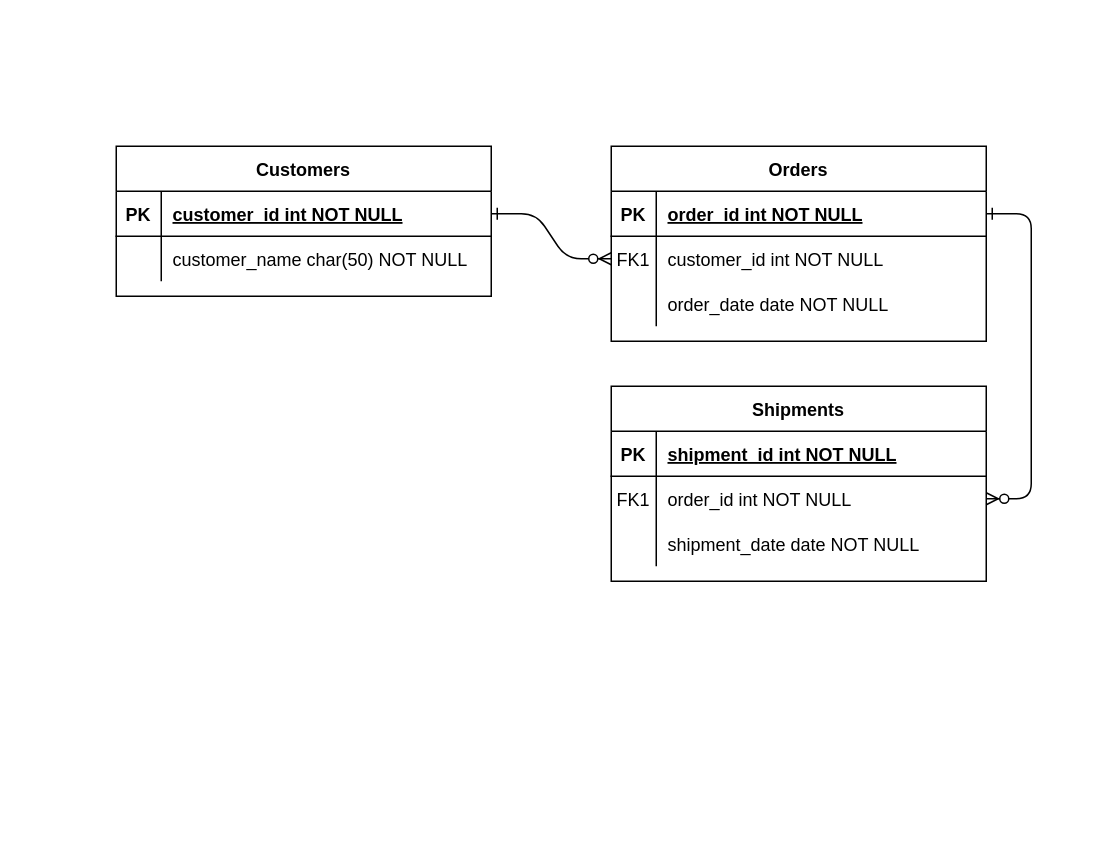
Above: Programacion/Untitled Diagram.drawio in Pattov/clases (draw.io), before the change. Source tidied: cells renumbered, new cells numbered last; positions are measured from the earlier drawing's top-left corner, leaving out a move shared by most shapes. Both pictures are drawn from the tidied source at 150%, with x=0, y=0 at pixel (116, 146).
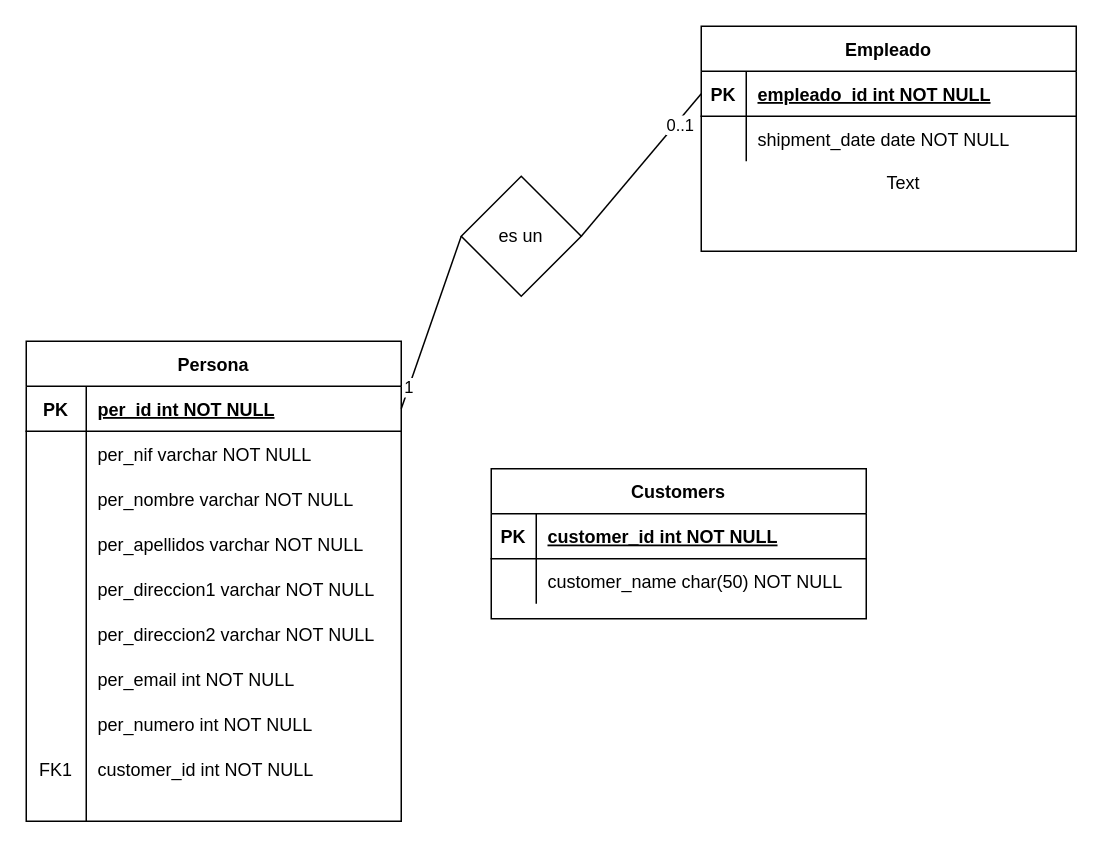
Above is the later version.

Unchanged cells that the change refers to:
```xml
<mxCell id="5" style="shape=partialRectangle;fillColor=none;points=[[0,0.5],[1,0.5]];portConstraint=eastwest;top=0;left=0;right=0;bottom=1;" parent="4" vertex="1">
  <mxGeometry y="30" width="250" height="30" as="geometry" />
</mxCell>
<mxCell id="15" style="shape=partialRectangle;fillColor=none;points=[[0,0.5],[1,0.5]];portConstraint=eastwest;top=0;left=0;right=0;bottom=1;" parent="14" vertex="1">
  <mxGeometry y="30" width="250" height="30" as="geometry" />
</mxCell>
<mxCell id="25" style="shape=partialRectangle;fillColor=none;points=[[0,0.5],[1,0.5]];portConstraint=eastwest;top=0;left=0;right=0;bottom=1;" parent="24" vertex="1">
  <mxGeometry y="30" width="250" height="30" as="geometry" />
</mxCell>
```

The edit, as a diff of the source:
```diff
@@
-    <mxCell id="2" style="edgeStyle=entityRelationEdgeStyle;endArrow=ERzeroToMany;startArrow=ERone;endFill=1;startFill=0;" parent="1" edge="1" source="25" target="8">
-      <mxGeometry relative="1" as="geometry" />
-    </mxCell>
-    <mxCell id="3" style="edgeStyle=entityRelationEdgeStyle;endArrow=ERzeroToMany;startArrow=ERone;endFill=1;startFill=0;" parent="1" edge="1" source="5" target="18">
-      <mxGeometry relative="1" as="geometry" />
-    </mxCell>
-    <mxCell id="4" value="Orders" style="shape=table;startSize=30;childLayout=tableLayout;rowLines=0;fontStyle=1;align=center;" parent="1" vertex="1">
-      <mxGeometry x="330" width="250" height="130" as="geometry" />
+    <mxCell id="4" value="Persona" style="shape=table;startSize=30;childLayout=tableLayout;rowLines=0;fontStyle=1;align=center;" parent="1" vertex="1">
+      <mxGeometry x="-60" y="130" width="250" height="320" as="geometry" />
     </mxCell>
@@
     <mxCell id="6" value="PK" style="shape=partialRectangle;overflow=hidden;fillColor=none;top=0;left=0;bottom=0;right=0;fontStyle=1;" parent="5" vertex="1">
-      <mxGeometry width="30" height="30" as="geometry" />
+      <mxGeometry width="40" height="30" as="geometry" />
     </mxCell>
-    <mxCell id="7" value="order_id int NOT NULL " style="shape=partialRectangle;overflow=hidden;fillColor=none;top=0;left=0;bottom=0;right=0;align=left;spacingLeft=6;fontStyle=5;" parent="5" vertex="1">
-      <mxGeometry x="30" width="220" height="30" as="geometry" />
+    <mxCell id="7" value="per_id int NOT NULL " style="shape=partialRectangle;overflow=hidden;fillColor=none;top=0;left=0;bottom=0;right=0;align=left;spacingLeft=6;fontStyle=5;" parent="5" vertex="1">
+      <mxGeometry x="40" width="210" height="30" as="geometry" />
     </mxCell>
+    <mxCell id="11" style="shape=partialRectangle;fillColor=none;top=0;left=0;right=0;bottom=0;" parent="4" vertex="1">
+      <mxGeometry y="60" width="250" height="190" as="geometry" />
+    </mxCell>
+    <mxCell id="12" style="shape=partialRectangle;overflow=hidden;fillColor=none;top=0;left=0;bottom=0;right=0;" parent="11" vertex="1">
+      <mxGeometry width="40" height="190" as="geometry" />
+    </mxCell>
+    <mxCell id="13" style="shape=partialRectangle;overflow=hidden;fillColor=none;top=0;left=0;bottom=0;right=0;align=left;spacingLeft=6;" parent="11" vertex="1">
+      <mxGeometry x="40" width="210" height="190" as="geometry" />
+    </mxCell>
     <mxCell id="8" style="shape=partialRectangle;fillColor=none;points=[[0,0.5],[1,0.5]];portConstraint=eastwest;top=0;left=0;right=0;bottom=0;" parent="4" vertex="1">
-      <mxGeometry y="60" width="250" height="30" as="geometry" />
+      <mxGeometry y="250" width="250" height="70" as="geometry" />
     </mxCell>
     <mxCell id="9" value="FK1" style="shape=partialRectangle;overflow=hidden;fillColor=none;top=0;left=0;bottom=0;right=0;" parent="8" vertex="1">
-      <mxGeometry width="30" height="30" as="geometry" />
+      <mxGeometry width="40" height="70" as="geometry" />
     </mxCell>
     <mxCell id="10" value="customer_id int NOT NULL" style="shape=partialRectangle;overflow=hidden;fillColor=none;top=0;left=0;bottom=0;right=0;align=left;spacingLeft=6;" parent="8" vertex="1">
-      <mxGeometry x="30" width="220" height="30" as="geometry" />
+      <mxGeometry x="40" width="210" height="70" as="geometry" />
     </mxCell>
-    <mxCell id="11" style="shape=partialRectangle;fillColor=none;top=0;left=0;right=0;bottom=0;" parent="4" vertex="1">
-      <mxGeometry y="90" width="250" height="30" as="geometry" />
-    </mxCell>
-    <mxCell id="12" style="shape=partialRectangle;overflow=hidden;fillColor=none;top=0;left=0;bottom=0;right=0;" parent="11" vertex="1">
-      <mxGeometry width="30" height="30" as="geometry" />
-    </mxCell>
-    <mxCell id="13" value="order_date date NOT NULL" style="shape=partialRectangle;overflow=hidden;fillColor=none;top=0;left=0;bottom=0;right=0;align=left;spacingLeft=6;" parent="11" vertex="1">
-      <mxGeometry x="30" width="220" height="30" as="geometry" />
-    </mxCell>
-    <mxCell id="14" value="Shipments" style="shape=table;startSize=30;childLayout=tableLayout;rowLines=0;fontStyle=1;align=center;" parent="1" vertex="1">
-      <mxGeometry x="330" y="160" width="250" height="130" as="geometry" />
+    <mxCell id="14" value="Empleado" style="shape=table;startSize=30;childLayout=tableLayout;rowLines=0;fontStyle=1;align=center;" parent="1" vertex="1">
+      <mxGeometry x="390" y="-80" width="250" height="150" as="geometry" />
     </mxCell>
@@
-    <mxCell id="17" value="shipment_id int NOT NULL " style="shape=partialRectangle;overflow=hidden;fillColor=none;top=0;left=0;bottom=0;right=0;align=left;spacingLeft=6;fontStyle=5;" parent="15" vertex="1">
+    <mxCell id="17" value="empleado_id int NOT NULL " style="shape=partialRectangle;overflow=hidden;fillColor=none;top=0;left=0;bottom=0;right=0;align=left;spacingLeft=6;fontStyle=5;" parent="15" vertex="1">
       <mxGeometry x="30" width="220" height="30" as="geometry" />
     </mxCell>
-    <mxCell id="18" style="shape=partialRectangle;fillColor=none;points=[[0,0.5],[1,0.5]];portConstraint=eastwest;top=0;left=0;right=0;bottom=0;" parent="14" vertex="1">
-      <mxGeometry y="60" width="250" height="30" as="geometry" />
-    </mxCell>
-    <mxCell id="19" value="FK1" style="shape=partialRectangle;overflow=hidden;fillColor=none;top=0;left=0;bottom=0;right=0;" parent="18" vertex="1">
-      <mxGeometry width="30" height="30" as="geometry" />
-    </mxCell>
-    <mxCell id="20" value="order_id int NOT NULL" style="shape=partialRectangle;overflow=hidden;fillColor=none;top=0;left=0;bottom=0;right=0;align=left;spacingLeft=6;" parent="18" vertex="1">
-      <mxGeometry x="30" width="220" height="30" as="geometry" />
-    </mxCell>
     <mxCell id="21" style="shape=partialRectangle;fillColor=none;top=0;left=0;right=0;bottom=0;" parent="14" vertex="1">
-      <mxGeometry y="90" width="250" height="30" as="geometry" />
+      <mxGeometry y="60" width="250" height="30" as="geometry" />
     </mxCell>
@@
     <mxCell id="24" value="Customers" style="shape=table;startSize=30;childLayout=tableLayout;rowLines=0;fontStyle=1;align=center;" parent="1" vertex="1">
-      <mxGeometry width="250" height="100" as="geometry" />
+      <mxGeometry x="250" y="215" width="250" height="100" as="geometry" />
     </mxCell>
@@
+    <mxCell id="31" style="endArrow=none;html=1;rounded=0;exitX=1;exitY=0.5;exitDx=0;exitDy=0;entryX=0;entryY=0.5;entryDx=0;entryDy=0;startArrow=none;" parent="1" edge="1" source="33" target="15">
+      <mxGeometry relative="1" as="geometry" />
+    </mxCell>
+    <mxCell id="32" value="0..1" style="edgeLabel;html=1;align=center;verticalAlign=middle;" parent="31" vertex="1">
+      <mxGeometry x="0.6" y="-2" relative="1" as="geometry" />
+    </mxCell>
+    <mxCell id="33" value="es un" style="rhombus;whiteSpace=wrap;html=1;" parent="1" vertex="1">
+      <mxGeometry x="230" y="20" width="80" height="80" as="geometry" />
+    </mxCell>
+    <mxCell id="34" style="endArrow=none;html=1;rounded=0;exitX=1;exitY=0.5;exitDx=0;exitDy=0;entryX=0;entryY=0.5;entryDx=0;entryDy=0;" parent="1" edge="1" source="5" target="33">
+      <mxGeometry relative="1" as="geometry" />
+    </mxCell>
+    <mxCell id="35" value="1" style="edgeLabel;html=1;align=center;verticalAlign=middle;" parent="34" vertex="1">
+      <mxGeometry x="-0.75" relative="1" as="geometry" />
+    </mxCell>
+    <mxCell id="36" value="per_nombre varchar NOT NULL" style="shape=partialRectangle;overflow=hidden;fillColor=none;top=0;left=0;bottom=0;right=0;align=left;spacingLeft=6;" parent="1" vertex="1">
+      <mxGeometry x="-20" y="220" width="210" height="30" as="geometry" />
+    </mxCell>
+    <mxCell id="37" value="per_nif varchar NOT NULL" style="shape=partialRectangle;overflow=hidden;fillColor=none;top=0;left=0;bottom=0;right=0;align=left;spacingLeft=6;" parent="1" vertex="1">
+      <mxGeometry x="-20" y="190" width="210" height="30" as="geometry" />
+    </mxCell>
+    <mxCell id="38" value="per_apellidos varchar NOT NULL" style="shape=partialRectangle;overflow=hidden;fillColor=none;top=0;left=0;bottom=0;right=0;align=left;spacingLeft=6;" parent="1" vertex="1">
+      <mxGeometry x="-20" y="250" width="210" height="30" as="geometry" />
+    </mxCell>
+    <mxCell id="39" value="per_direccion1 varchar NOT NULL" style="shape=partialRectangle;overflow=hidden;fillColor=none;top=0;left=0;bottom=0;right=0;align=left;spacingLeft=6;" parent="1" vertex="1">
+      <mxGeometry x="-20" y="280" width="210" height="30" as="geometry" />
+    </mxCell>
+    <mxCell id="40" value="per_direccion2 varchar NOT NULL" style="shape=partialRectangle;overflow=hidden;fillColor=none;top=0;left=0;bottom=0;right=0;align=left;spacingLeft=6;" parent="1" vertex="1">
+      <mxGeometry x="-20" y="310" width="210" height="30" as="geometry" />
+    </mxCell>
+    <mxCell id="41" value="per_email int NOT NULL" style="shape=partialRectangle;overflow=hidden;fillColor=none;top=0;left=0;bottom=0;right=0;align=left;spacingLeft=6;" parent="1" vertex="1">
+      <mxGeometry x="-20" y="340" width="210" height="30" as="geometry" />
+    </mxCell>
+    <mxCell id="42" value="per_numero int NOT NULL" style="shape=partialRectangle;overflow=hidden;fillColor=none;top=0;left=0;bottom=0;right=0;align=left;spacingLeft=6;" parent="1" vertex="1">
+      <mxGeometry x="-20" y="370" width="210" height="30" as="geometry" />
+    </mxCell>
+    <mxCell id="43" value="Text" style="text;html=1;strokeColor=none;fillColor=none;align=center;verticalAlign=middle;whiteSpace=wrap;rounded=0;" parent="1" vertex="1">
+      <mxGeometry x="420" y="10" width="210" height="30" as="geometry" />
+    </mxCell>
```
